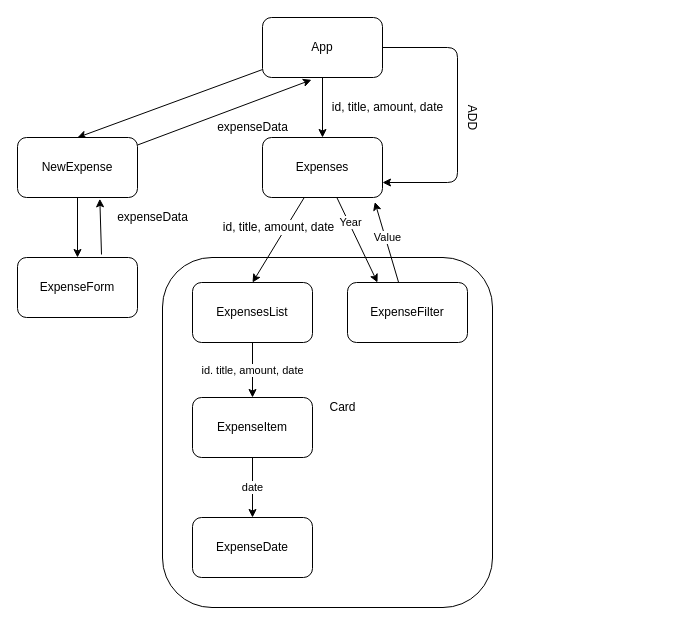
hieutrung0451/expenses-app keeps this draw.io diagram as expenses.app.drawio. Above is the earlier version. Source tidied: cells renumbered, new cells numbered last; positions are measured from the earlier drawing's top-left corner, leaving out a move shared by most shapes. Both pictures are drawn from the tidied source at 100%, with x=0, y=0 at pixel (17, 17).
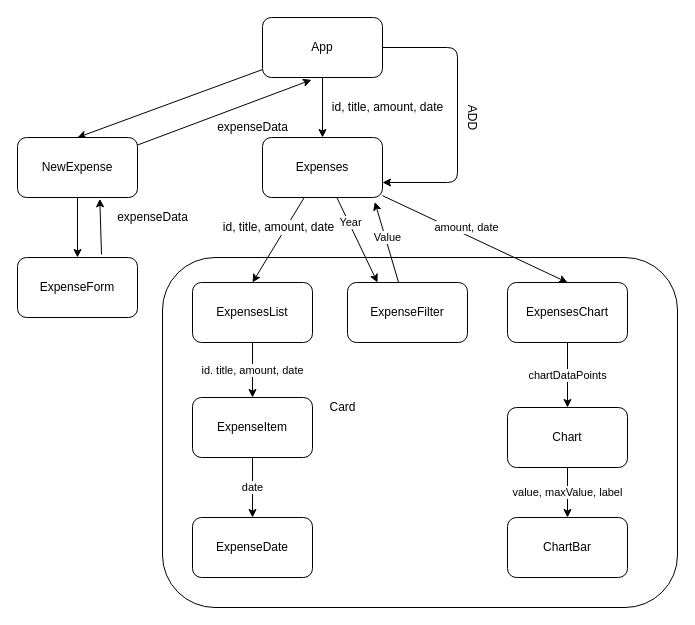
After the change.

The change refers to these unchanged cells:
```xml
<mxCell id="15" value="Expenses" style="rounded=1;whiteSpace=wrap;html=1;" parent="1" vertex="1">
  <mxGeometry x="245" y="120" width="120" height="60" as="geometry" />
</mxCell>
```

What changed in the source:
```diff
@@
     <mxCell id="2" value="&amp;nbsp; &amp;nbsp; &amp;nbsp;" style="rounded=1;whiteSpace=wrap;html=1;" parent="1" vertex="1">
-      <mxGeometry x="145" y="240" width="330" height="350" as="geometry" />
+      <mxGeometry x="145" y="240" width="515" height="350" as="geometry" />
     </mxCell>
@@
+    <mxCell id="30" style="edgeStyle=none;html=1;entryX=0.5;entryY=0;entryDx=0;entryDy=0;" parent="1" edge="1" source="15" target="33">
+      <mxGeometry relative="1" as="geometry" />
+    </mxCell>
+    <mxCell id="31" value="amount, date" style="edgeLabel;html=1;align=center;verticalAlign=middle;" parent="30" vertex="1">
+      <mxGeometry x="0.12" y="-2" relative="1" as="geometry">
+        <mxPoint x="-19" y="-19" as="offset" />
+      </mxGeometry>
+    </mxCell>
@@
+    <mxCell id="32" value="chartDataPoints" style="edgeStyle=none;html=1;" parent="1" edge="1" source="33" target="35">
+      <mxGeometry relative="1" as="geometry" />
+    </mxCell>
+    <mxCell id="33" value="ExpensesChart" style="rounded=1;whiteSpace=wrap;html=1;" parent="1" vertex="1">
+      <mxGeometry x="490" y="265" width="120" height="60" as="geometry" />
+    </mxCell>
+    <mxCell id="34" value="value, maxValue, label" style="edgeStyle=none;html=1;" parent="1" edge="1" source="35" target="36">
+      <mxGeometry relative="1" as="geometry" />
+    </mxCell>
+    <mxCell id="35" value="Chart" style="rounded=1;whiteSpace=wrap;html=1;" parent="1" vertex="1">
+      <mxGeometry x="490" y="390" width="120" height="60" as="geometry" />
+    </mxCell>
+    <mxCell id="36" value="ChartBar" style="rounded=1;whiteSpace=wrap;html=1;" parent="1" vertex="1">
+      <mxGeometry x="490" y="500" width="120" height="60" as="geometry" />
+    </mxCell>
```
